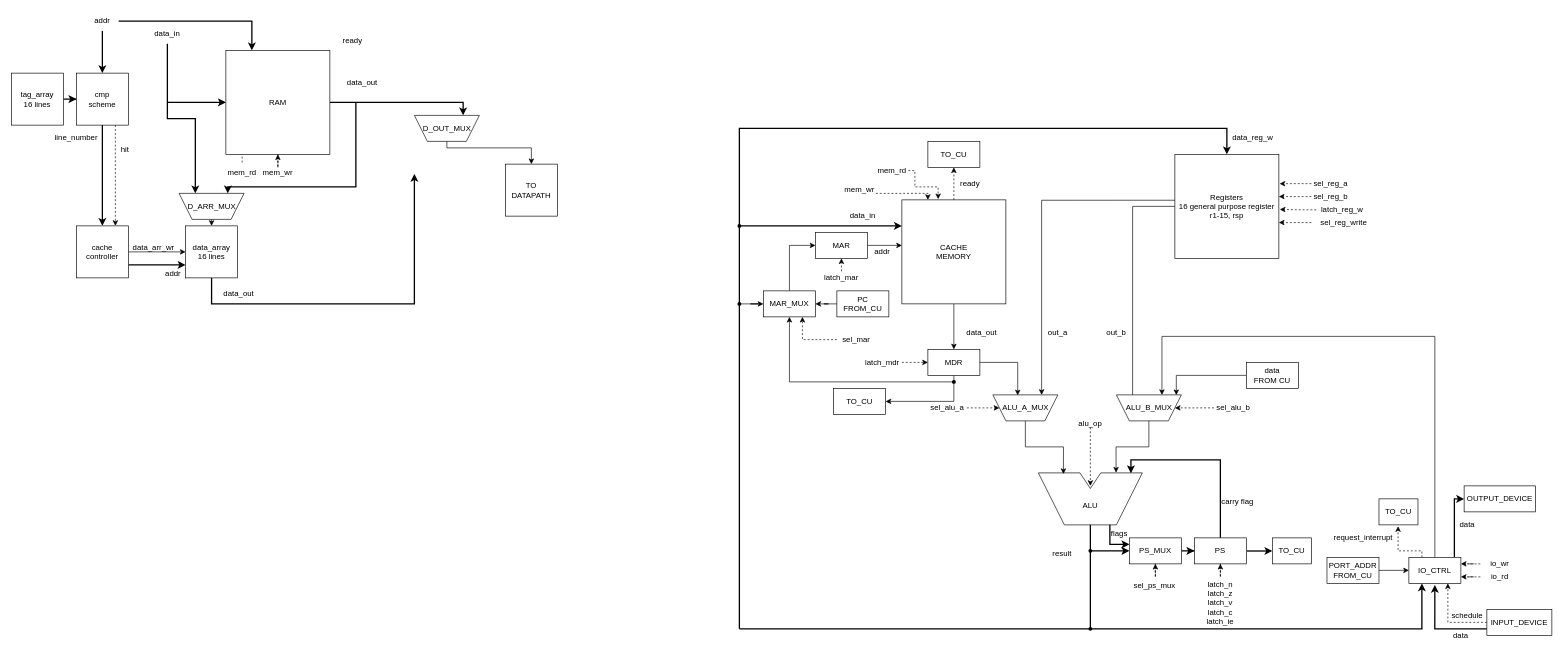
Miwm64/ailurus keeps this draw.io diagram as docs/scheme.drawio. Above is the earlier version. Source tidied: cells renumbered, new cells numbered last; positions are measured from the earlier drawing's top-left corner, leaving out a move shared by most shapes. Both pictures are drawn from the tidied source at 65%, with x=0, y=0 at pixel (11, 11).
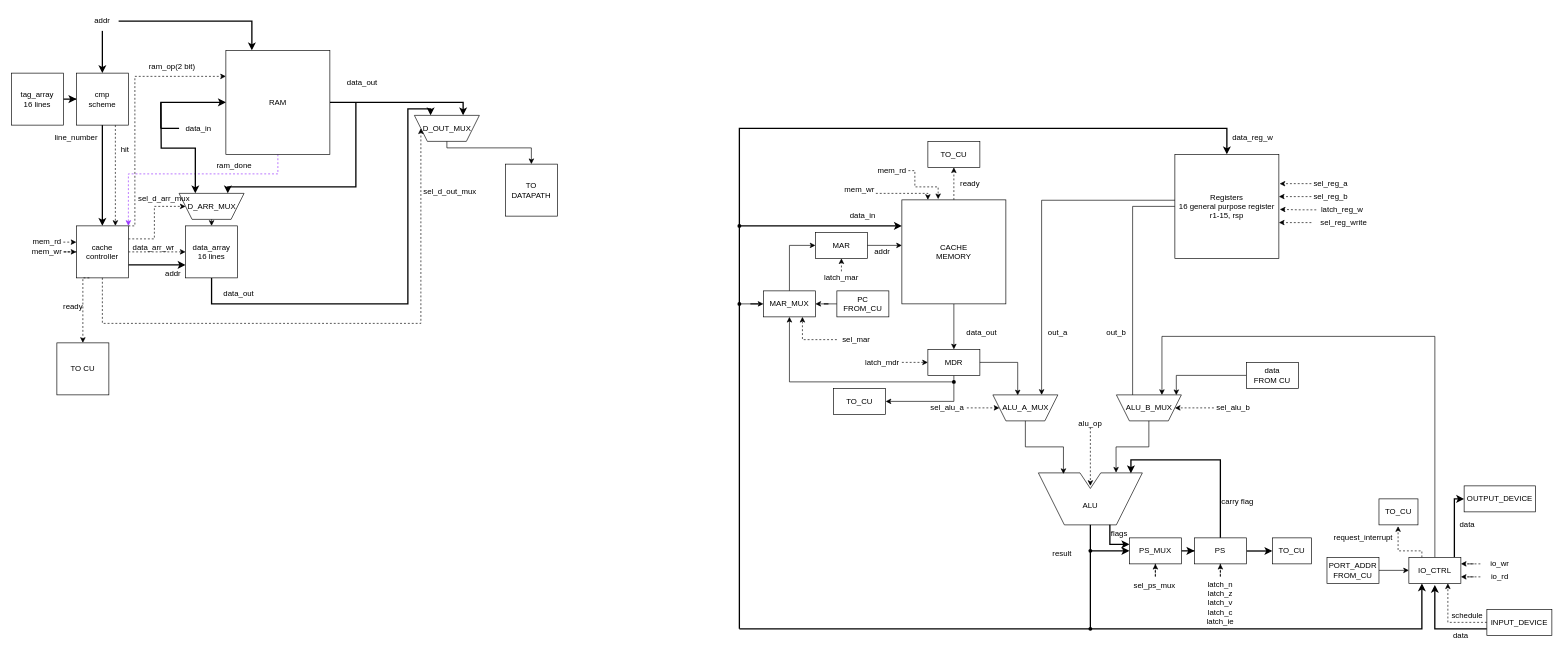
Above is the later version.

Commit message:
docs: cache scheme update, signals

The change refers to these unchanged cells:
```xml
<mxCell id="122" value="&lt;div&gt;RAM&lt;/div&gt;" style="rounded=0;whiteSpace=wrap;html=1;" parent="1" vertex="1">
  <mxGeometry x="330" y="60" width="160" height="160" as="geometry" />
</mxCell>
<mxCell id="131" value="&lt;div&gt;data_array&lt;/div&gt;&lt;div&gt;16 lines&lt;/div&gt;" style="rounded=0;whiteSpace=wrap;html=1;" parent="1" vertex="1">
  <mxGeometry x="268" y="330" width="80" height="80" as="geometry" />
</mxCell>
<mxCell id="134" value="&lt;div&gt;cache&lt;/div&gt;&lt;div&gt;controller&lt;/div&gt;" style="rounded=0;whiteSpace=wrap;html=1;" parent="1" vertex="1">
  <mxGeometry x="100" y="330" width="80" height="80" as="geometry" />
</mxCell>
<mxCell id="143" value="&lt;div&gt;&lt;br/&gt;&lt;/div&gt;" style="shape=trapezoid;perimeter=trapezoidPerimeter;whiteSpace=wrap;html=1;shapeInside=1;fixedSize=1;size=20;rotation=-180;" parent="142" vertex="1">
  <mxGeometry width="100" height="40" as="geometry" />
</mxCell>
<mxCell id="147" value="&lt;div&gt;&lt;br/&gt;&lt;/div&gt;" style="shape=trapezoid;perimeter=trapezoidPerimeter;whiteSpace=wrap;html=1;shapeInside=1;fixedSize=1;size=20;rotation=-180;" parent="146" vertex="1">
  <mxGeometry width="100" height="40" as="geometry" />
</mxCell>
```

What changed in the source:
```diff
@@
     <mxCell id="111" value="data_in" style="text;html=1;whiteSpace=wrap;strokeColor=none;fillColor=none;align=center;verticalAlign=middle;rounded=0;" parent="1" vertex="1">
-      <mxGeometry x="210" y="20" width="60" height="30" as="geometry" />
+      <mxGeometry x="258" y="165" width="60" height="30" as="geometry" />
     </mxCell>
@@
-    <mxCell id="115" style="edgeStyle=orthogonalEdgeStyle;rounded=0;jettySize=auto;html=1;entryX=0.173;entryY=1;entryDx=0;entryDy=0;defaultLabelBackgroundColor=page;dashed=1;entryPerimeter=0;" parent="1" edge="1" source="116" target="122">
-      <mxGeometry relative="1" as="geometry" />
-    </mxCell>
-    <mxCell id="116" value="mem_rd" style="text;html=1;whiteSpace=wrap;strokeColor=none;fillColor=none;align=center;verticalAlign=middle;rounded=0;" parent="1" vertex="1">
-      <mxGeometry x="330" y="232.5" width="50" height="30" as="geometry" />
-    </mxCell>
-    <mxCell id="117" style="edgeStyle=orthogonalEdgeStyle;rounded=0;jettySize=auto;html=1;entryX=0.5;entryY=1;entryDx=0;entryDy=0;defaultLabelBackgroundColor=page;dashed=1;" parent="1" edge="1" source="118" target="122">
-      <mxGeometry relative="1" as="geometry" />
-    </mxCell>
-    <mxCell id="118" value="mem_wr" style="text;html=1;whiteSpace=wrap;strokeColor=none;fillColor=none;align=center;verticalAlign=middle;rounded=0;" parent="1" vertex="1">
-      <mxGeometry x="385" y="240" width="50" height="15" as="geometry" />
-    </mxCell>
-    <mxCell id="119" value="ready" style="text;html=1;whiteSpace=wrap;strokeColor=none;fillColor=none;align=center;verticalAlign=middle;rounded=0;" parent="1" vertex="1">
-      <mxGeometry x="500" y="30" width="50" height="30" as="geometry" />
-    </mxCell>
@@
+    <mxCell id="150" style="edgeStyle=orthogonalEdgeStyle;rounded=0;jettySize=auto;html=1;entryX=1;entryY=0;entryDx=0;entryDy=0;defaultLabelBackgroundColor=page;dashed=1;strokeColor=#9933FF;" parent="1" edge="1" source="122" target="134">
+      <mxGeometry relative="1" as="geometry">
+        <Array as="points">
+          <mxPoint x="410" y="250" />
+          <mxPoint x="180" y="250" />
+        </Array>
+      </mxGeometry>
+    </mxCell>
@@
-    <mxCell id="132" style="edgeStyle=orthogonalEdgeStyle;rounded=0;jettySize=auto;html=1;defaultLabelBackgroundColor=page;strokeWidth=2;exitX=0.5;exitY=1;exitDx=0;exitDy=0;" parent="1" edge="1" source="131">
-      <mxGeometry x="-0.69" relative="1" as="geometry">
-        <mxPoint x="620" y="250" as="targetPoint" />
+    <mxCell id="132" style="edgeStyle=orthogonalEdgeStyle;rounded=0;jettySize=auto;html=1;defaultLabelBackgroundColor=page;strokeWidth=2;exitX=0.5;exitY=1;exitDx=0;exitDy=0;entryX=0.75;entryY=1;entryDx=0;entryDy=0;" parent="1" edge="1" source="131" target="147">
+      <mxGeometry x="-0.75" relative="1" as="geometry">
         <Array as="points">
           <mxPoint x="308" y="450" />
-          <mxPoint x="620" y="450" />
+          <mxPoint x="610" y="450" />
+          <mxPoint x="610" y="150" />
+          <mxPoint x="645" y="150" />
         </Array>
       </mxGeometry>
     </mxCell>
-    <mxCell id="133" style="edgeStyle=orthogonalEdgeStyle;rounded=0;jettySize=auto;html=1;entryX=0;entryY=0.5;entryDx=0;entryDy=0;defaultLabelBackgroundColor=page;" parent="1" edge="1" source="134" target="131">
+    <mxCell id="133" style="edgeStyle=orthogonalEdgeStyle;rounded=0;jettySize=auto;html=1;entryX=0;entryY=0.5;entryDx=0;entryDy=0;defaultLabelBackgroundColor=page;dashed=1;" parent="1" edge="1" source="134" target="131">
       <mxGeometry relative="1" as="geometry" />
     </mxCell>
+    <mxCell id="151" style="edgeStyle=orthogonalEdgeStyle;rounded=0;jettySize=auto;html=1;entryX=1;entryY=0.5;entryDx=0;entryDy=0;defaultLabelBackgroundColor=page;dashed=1;exitX=1;exitY=0.25;exitDx=0;exitDy=0;" parent="1" edge="1" source="134" target="143">
+      <mxGeometry x="-0.12" relative="1" as="geometry">
+        <Array as="points">
+          <mxPoint x="220" y="350" />
+          <mxPoint x="220" y="300" />
+        </Array>
+      </mxGeometry>
+    </mxCell>
+    <mxCell id="152" style="edgeStyle=orthogonalEdgeStyle;rounded=0;jettySize=auto;html=1;entryX=0;entryY=0.25;entryDx=0;entryDy=0;defaultLabelBackgroundColor=page;exitX=1;exitY=0;exitDx=0;exitDy=0;dashed=1;" parent="1" edge="1" source="134" target="122">
+      <mxGeometry x="-0.11" relative="1" as="geometry">
+        <Array as="points">
+          <mxPoint x="190" y="330" />
+          <mxPoint x="190" y="100" />
+        </Array>
+      </mxGeometry>
+    </mxCell>
@@
-    <mxCell id="136" style="edgeStyle=orthogonalEdgeStyle;rounded=0;jettySize=auto;html=1;defaultLabelBackgroundColor=page;startArrow=classic;startFill=1;endArrow=none;endFill=0;entryX=0.5;entryY=1;entryDx=0;entryDy=0;exitX=0.75;exitY=1;exitDx=0;exitDy=0;strokeWidth=2;" parent="1" edge="1" source="143" target="111">
-      <mxGeometry x="-0.91" relative="1" as="geometry" />
+    <mxCell id="136" style="edgeStyle=orthogonalEdgeStyle;rounded=0;jettySize=auto;html=1;defaultLabelBackgroundColor=page;startArrow=classic;startFill=1;endArrow=none;endFill=0;exitX=0.75;exitY=1;exitDx=0;exitDy=0;strokeWidth=2;" parent="1" edge="1" source="143">
+      <mxGeometry x="-0.9" relative="1" as="geometry">
+        <mxPoint x="230" y="140" as="targetPoint" />
+      </mxGeometry>
     </mxCell>
     <mxCell id="137" style="edgeStyle=orthogonalEdgeStyle;rounded=0;jettySize=auto;html=1;defaultLabelBackgroundColor=page;startArrow=classic;startFill=1;endArrow=none;endFill=0;exitX=0;exitY=0.5;exitDx=0;exitDy=0;strokeWidth=2;" parent="1" edge="1" source="122">
-      <mxGeometry x="-0.49" relative="1" as="geometry">
-        <mxPoint x="240" y="140" as="targetPoint" />
+      <mxGeometry x="-0.67" relative="1" as="geometry">
+        <mxPoint x="230" y="180" as="targetPoint" />
+        <Array as="points">
+          <mxPoint x="230" y="140" />
+        </Array>
       </mxGeometry>
     </mxCell>
@@
+    <mxCell id="153" value="sel_d_arr_mux" style="text;html=1;whiteSpace=wrap;strokeColor=none;fillColor=none;align=center;verticalAlign=middle;rounded=0;" parent="1" vertex="1">
+      <mxGeometry x="220" y="280" width="30" height="15" as="geometry" />
+    </mxCell>
+    <mxCell id="154" style="edgeStyle=orthogonalEdgeStyle;rounded=0;jettySize=auto;html=1;entryX=1;entryY=0.5;entryDx=0;entryDy=0;defaultLabelBackgroundColor=page;dashed=1;exitX=0.5;exitY=1;exitDx=0;exitDy=0;" parent="1" edge="1" source="134" target="147">
+      <mxGeometry x="-0.69" relative="1" as="geometry">
+        <Array as="points">
+          <mxPoint x="140" y="480" />
+          <mxPoint x="630" y="480" />
+        </Array>
+      </mxGeometry>
+    </mxCell>
+    <mxCell id="155" value="sel_d_out_mux" style="text;html=1;whiteSpace=wrap;strokeColor=none;fillColor=none;align=center;verticalAlign=middle;rounded=0;" parent="1" vertex="1">
+      <mxGeometry x="660" y="270" width="30" height="15" as="geometry" />
+    </mxCell>
+    <mxCell id="116" value="mem_rd" style="text;html=1;whiteSpace=wrap;strokeColor=none;fillColor=none;align=center;verticalAlign=middle;rounded=0;" parent="1" vertex="1">
+      <mxGeometry x="30" y="340" width="50" height="30" as="geometry" />
+    </mxCell>
+    <mxCell id="156" style="edgeStyle=orthogonalEdgeStyle;rounded=0;jettySize=auto;html=1;entryX=0;entryY=0.5;entryDx=0;entryDy=0;defaultLabelBackgroundColor=page;dashed=1;" parent="1" edge="1" source="118" target="134">
+      <mxGeometry relative="1" as="geometry" />
+    </mxCell>
+    <mxCell id="118" value="mem_wr" style="text;html=1;whiteSpace=wrap;strokeColor=none;fillColor=none;align=center;verticalAlign=middle;rounded=0;" parent="1" vertex="1">
+      <mxGeometry x="30" y="362.5" width="50" height="15" as="geometry" />
+    </mxCell>
+    <mxCell id="157" style="edgeStyle=orthogonalEdgeStyle;rounded=0;jettySize=auto;html=1;entryX=0.003;entryY=0.315;entryDx=0;entryDy=0;entryPerimeter=0;defaultLabelBackgroundColor=page;dashed=1;" parent="1" edge="1" source="116" target="134">
+      <mxGeometry x="0.08" relative="1" as="geometry" />
+    </mxCell>
+    <mxCell id="158" style="edgeStyle=orthogonalEdgeStyle;rounded=0;jettySize=auto;html=1;defaultLabelBackgroundColor=page;endArrow=none;endFill=0;strokeWidth=2;" parent="1" edge="1" source="111">
+      <mxGeometry x="0.29" relative="1" as="geometry">
+        <mxPoint x="230" y="180" as="targetPoint" />
+      </mxGeometry>
+    </mxCell>
+    <mxCell id="159" value="ram_op(2 bit)" style="text;html=1;whiteSpace=wrap;strokeColor=none;fillColor=none;align=center;verticalAlign=middle;rounded=0;" parent="1" vertex="1">
+      <mxGeometry x="210" y="70" width="75" height="30" as="geometry" />
+    </mxCell>
+    <mxCell id="160" value="ram_done" style="text;html=1;whiteSpace=wrap;strokeColor=none;fillColor=none;align=center;verticalAlign=middle;rounded=0;" parent="1" vertex="1">
+      <mxGeometry x="318" y="223" width="50" height="30" as="geometry" />
+    </mxCell>
+    <mxCell id="119" value="ready" style="text;html=1;whiteSpace=wrap;strokeColor=none;fillColor=none;align=center;verticalAlign=middle;rounded=0;" parent="1" vertex="1">
+      <mxGeometry x="70" y="440" width="50" height="30" as="geometry" />
+    </mxCell>
+    <mxCell id="161" style="edgeStyle=orthogonalEdgeStyle;rounded=0;jettySize=auto;html=1;defaultLabelBackgroundColor=page;dashed=1;exitX=0.25;exitY=1;exitDx=0;exitDy=0;entryX=0.5;entryY=0;entryDx=0;entryDy=0;" parent="1" edge="1" source="134" target="162">
+      <mxGeometry x="-0.38" relative="1" as="geometry">
+        <Array as="points">
+          <mxPoint x="110" y="410" />
+        </Array>
+      </mxGeometry>
+    </mxCell>
+    <mxCell id="162" value="TO CU" style="rounded=0;whiteSpace=wrap;html=1;" parent="1" vertex="1">
+      <mxGeometry x="70" y="510" width="80" height="80" as="geometry" />
+    </mxCell>
```
